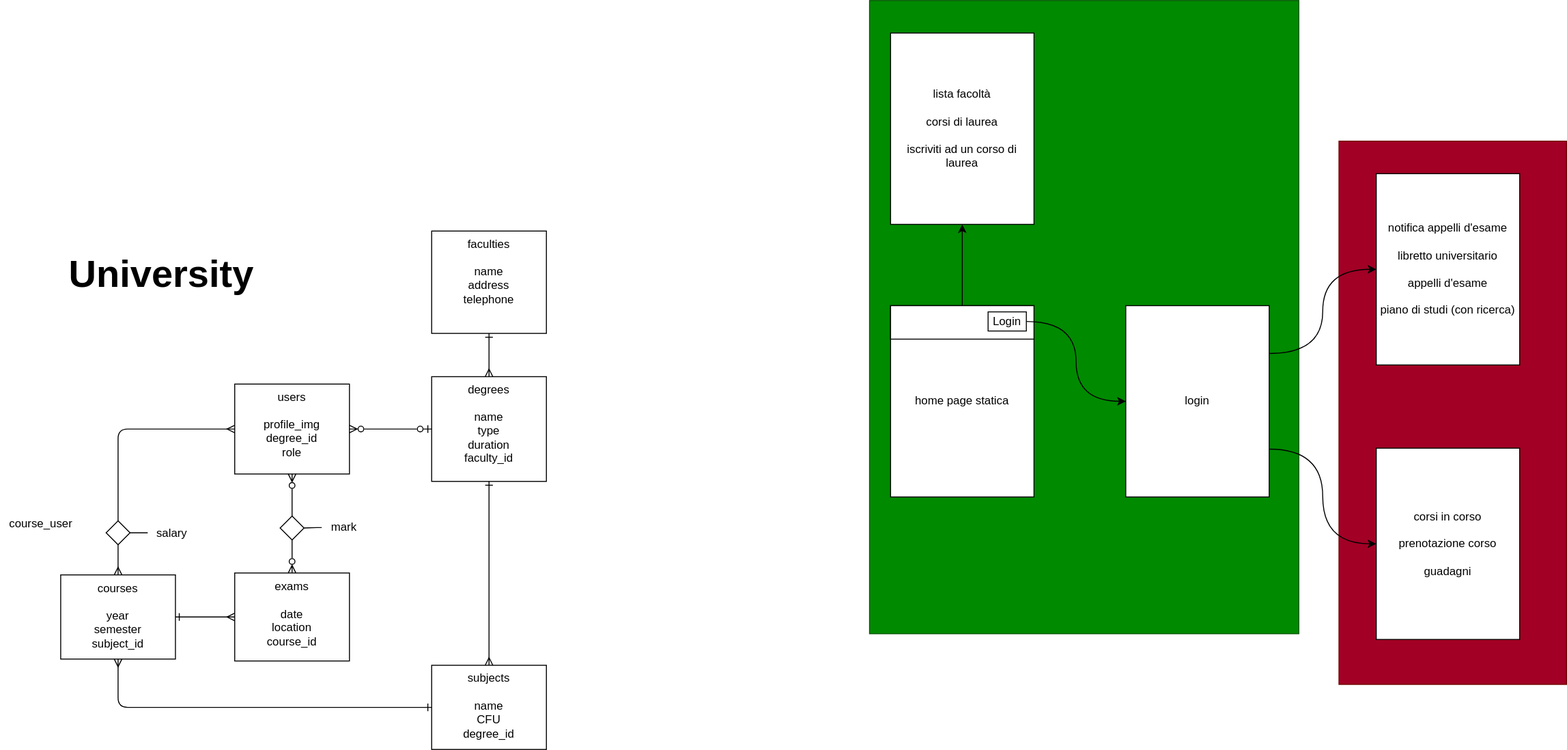
Before: S7L1-laravel-api/university.drawio.svg, a diagram exported from draw.io (henri-kapidani/IFOA0124). Source tidied: cells renumbered, new cells last; positions are measured from the earlier drawing's top-left corner, leaving out a move shared by most shapes.
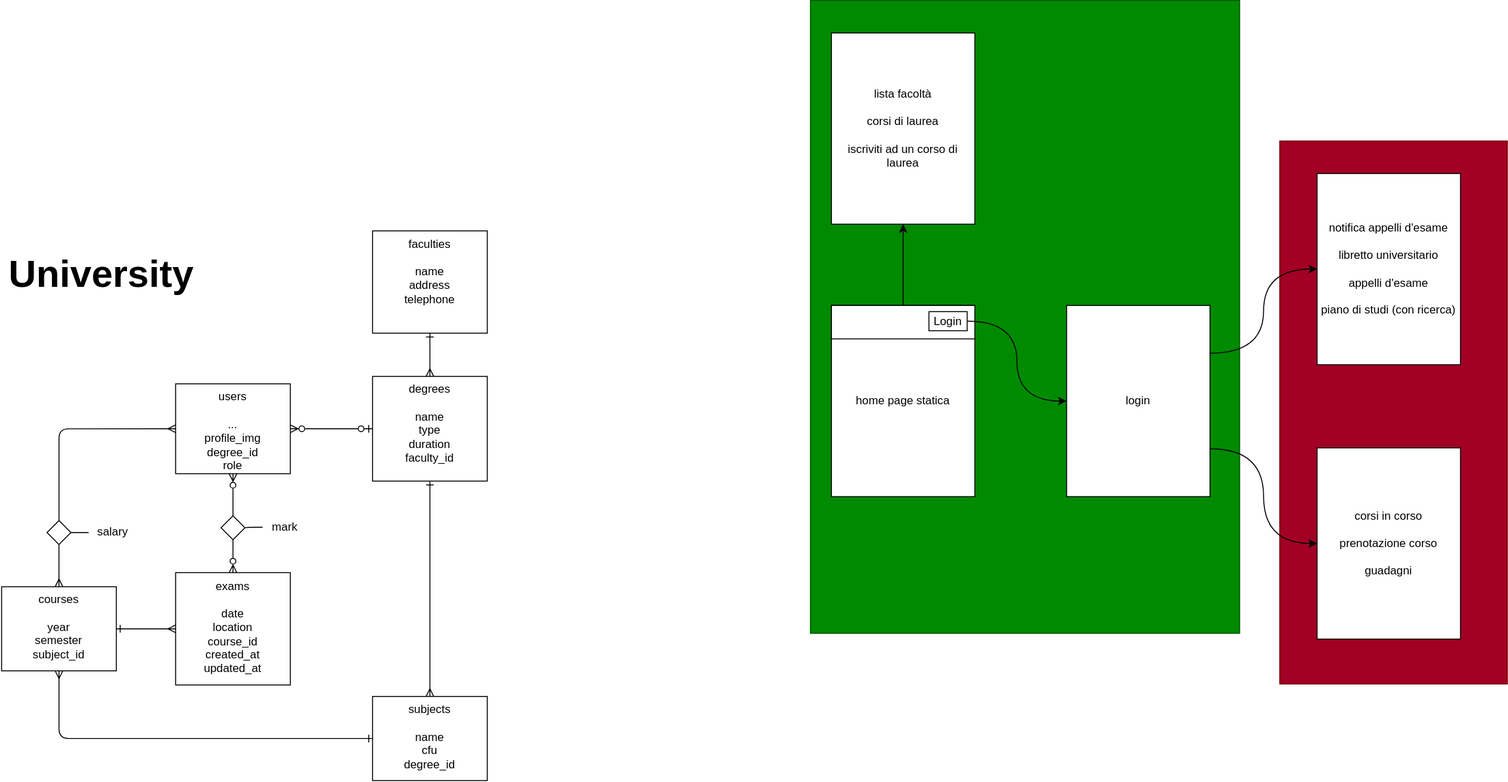
Later version of the same file.

What changed in the source:
```diff
@@ -8,11 +8,11 @@
     <mxCell id="3" style="whiteSpace=wrap;html=1;fontSize=12;fillColor=#008a00;fontColor=#ffffff;strokeColor=#005700;" parent="1" vertex="1">
       <mxGeometry x="909" width="449" height="662" as="geometry" />
     </mxCell>
-    <mxCell id="4" value="users&lt;br&gt;&lt;br&gt;profile_img&lt;br&gt;degree_id&lt;br&gt;role" style="whiteSpace=wrap;html=1;verticalAlign=top;" parent="1" vertex="1">
+    <mxCell id="4" value="users&lt;br&gt;&lt;br&gt;...&lt;br&gt;profile_img&lt;br&gt;degree_id&lt;br&gt;role" style="whiteSpace=wrap;html=1;verticalAlign=top;" parent="1" vertex="1">
       <mxGeometry x="245" y="401" width="120" height="94" as="geometry" />
     </mxCell>
-    <mxCell id="5" value="exams&lt;br&gt;&lt;br&gt;date&lt;br&gt;location&lt;br&gt;course_id" style="whiteSpace=wrap;html=1;verticalAlign=top;" parent="1" vertex="1">
-      <mxGeometry x="245" y="598.5" width="120" height="92" as="geometry" />
+    <mxCell id="5" value="exams&lt;br&gt;&lt;br&gt;date&lt;br&gt;location&lt;br&gt;course_id&lt;br&gt;created_at&lt;br&gt;updated_at" style="whiteSpace=wrap;html=1;verticalAlign=top;" parent="1" vertex="1">
+      <mxGeometry x="245" y="598.5" width="120" height="117.5" as="geometry" />
     </mxCell>
     <mxCell id="6" style="edgeStyle=orthogonalEdgeStyle;html=1;endArrow=ERzeroToOne;endFill=0;entryX=0;entryY=0.5;entryDx=0;entryDy=0;startArrow=ERzeroToMany;startFill=0;" parent="1" edge="1" source="4" target="24">
       <mxGeometry relative="1" as="geometry" />
@@ -26,8 +26,8 @@
     <mxCell id="9" style="edgeStyle=orthogonalEdgeStyle;html=1;startArrow=ERone;startFill=0;endArrow=ERmany;endFill=0;" parent="1" edge="1" source="10" target="13">
       <mxGeometry relative="1" as="geometry" />
     </mxCell>
-    <mxCell id="10" value="subjects&lt;br&gt;&lt;br&gt;name&lt;br&gt;CFU&lt;br&gt;degree_id" style="whiteSpace=wrap;html=1;verticalAlign=top;" parent="1" vertex="1">
-      <mxGeometry x="451" y="695" width="120" height="88" as="geometry" />
+    <mxCell id="10" value="subjects&lt;br&gt;&lt;br&gt;name&lt;br&gt;cfu&lt;br&gt;degree_id" style="whiteSpace=wrap;html=1;verticalAlign=top;" parent="1" vertex="1">
+      <mxGeometry x="451" y="728" width="120" height="88" as="geometry" />
     </mxCell>
     <mxCell id="11" value="faculties&lt;br&gt;&lt;br&gt;name&lt;br&gt;address&lt;br&gt;telephone" style="whiteSpace=wrap;html=1;verticalAlign=top;" parent="1" vertex="1">
       <mxGeometry x="451" y="241" width="120" height="107" as="geometry" />
@@ -36,7 +36,7 @@
       <mxGeometry relative="1" as="geometry" />
     </mxCell>
     <mxCell id="13" value="courses&lt;br&gt;&lt;br&gt;year&lt;br&gt;semester&lt;br&gt;subject_id" style="whiteSpace=wrap;html=1;verticalAlign=top;" parent="1" vertex="1">
-      <mxGeometry x="63" y="600.5" width="120" height="88" as="geometry" />
+      <mxGeometry x="63" y="613.2" width="120" height="88" as="geometry" />
     </mxCell>
     <mxCell id="14" style="edgeStyle=orthogonalEdgeStyle;html=1;endArrow=ERmany;endFill=0;startArrow=ERone;startFill=0;exitX=0.5;exitY=1;exitDx=0;exitDy=0;" parent="1" edge="1" source="24" target="10">
       <mxGeometry relative="1" as="geometry" />
@@ -107,8 +107,5 @@
     <mxCell id="36" value="lista facoltà&lt;br&gt;&lt;br&gt;corsi di laurea&lt;br&gt;&lt;br&gt;iscriviti ad un corso di laurea&amp;nbsp;" style="whiteSpace=wrap;html=1;fontSize=12;" parent="1" vertex="1">
       <mxGeometry x="931" y="34" width="150" height="200" as="geometry" />
     </mxCell>
-    <mxCell id="37" value="course_user" style="text;html=1;align=center;verticalAlign=middle;strokeColor=none;fillColor=none;fontSize=12;" parent="1" vertex="1">
-      <mxGeometry y="534" width="84" height="26" as="geometry" />
-    </mxCell>
   </root>
 </mxGraphModel>
```
